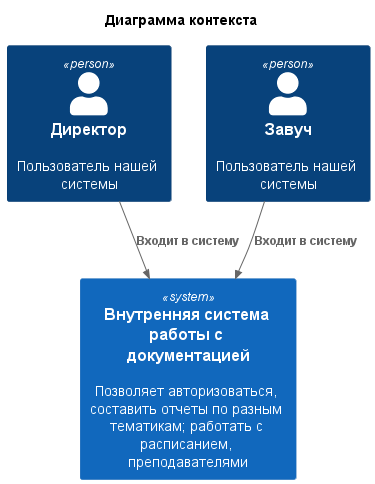
Above: out/Технический проект/context/Диаграмма контекста.png in LiD-Meggatech/architecture (PlantUML), before the change.
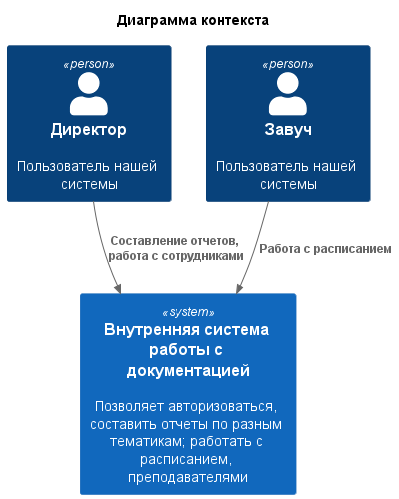
Later version of the same file.

Commit message:
Внесены правки в диаграммы компонентов и контекста

The edit, as a diff of the source:
```diff
@@ -8,7 +8,7 @@
 
 System(system, "Внутренняя система работы с документацией", "Позволяет авторизоваться, составить отчеты по разным тематикам; работать с расписанием, преподавателями")
 
-Rel(director, system, "Входит в систему")
-Rel(headTeacher, system, "Входит в систему")
+Rel(director, system, "Составление отчетов, работа с сотрудниками")
+Rel(headTeacher, system, "Работа с расписанием")
 
 @enduml
```
